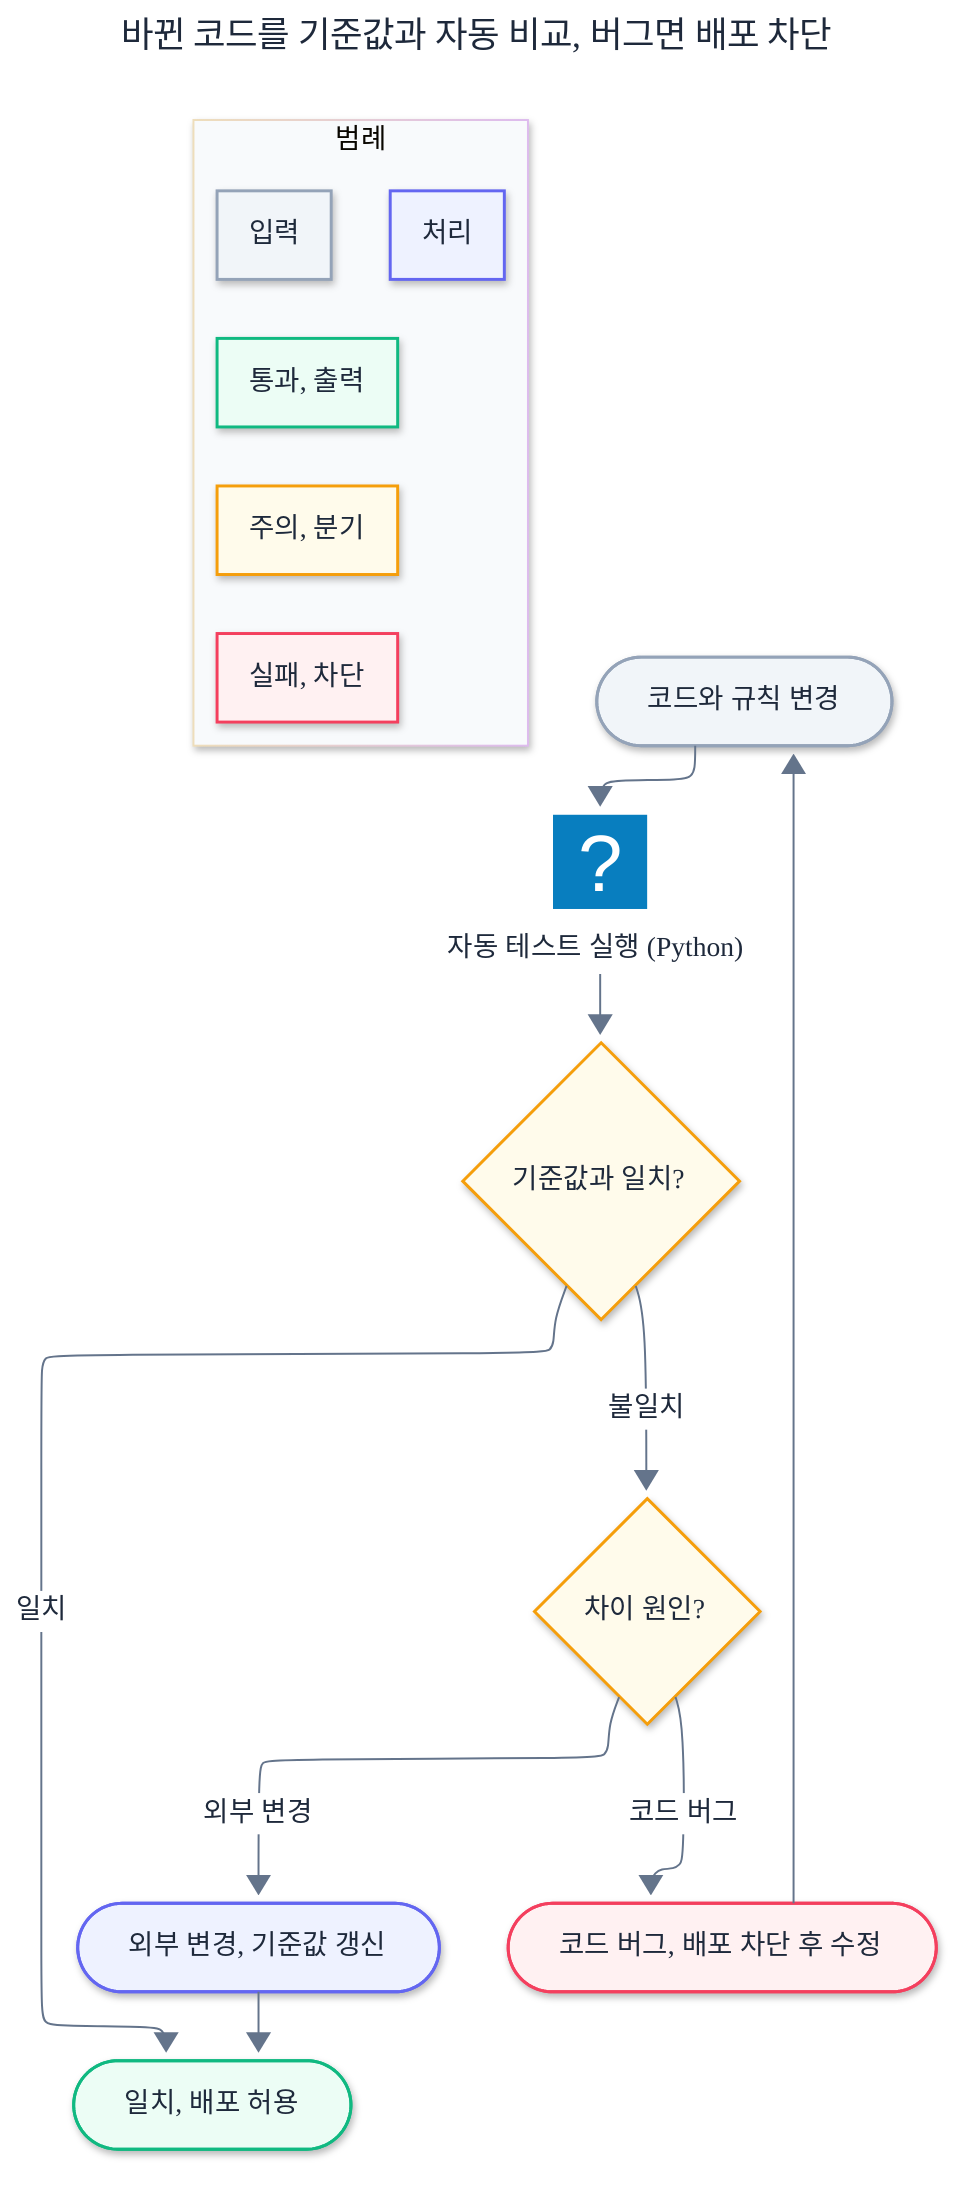
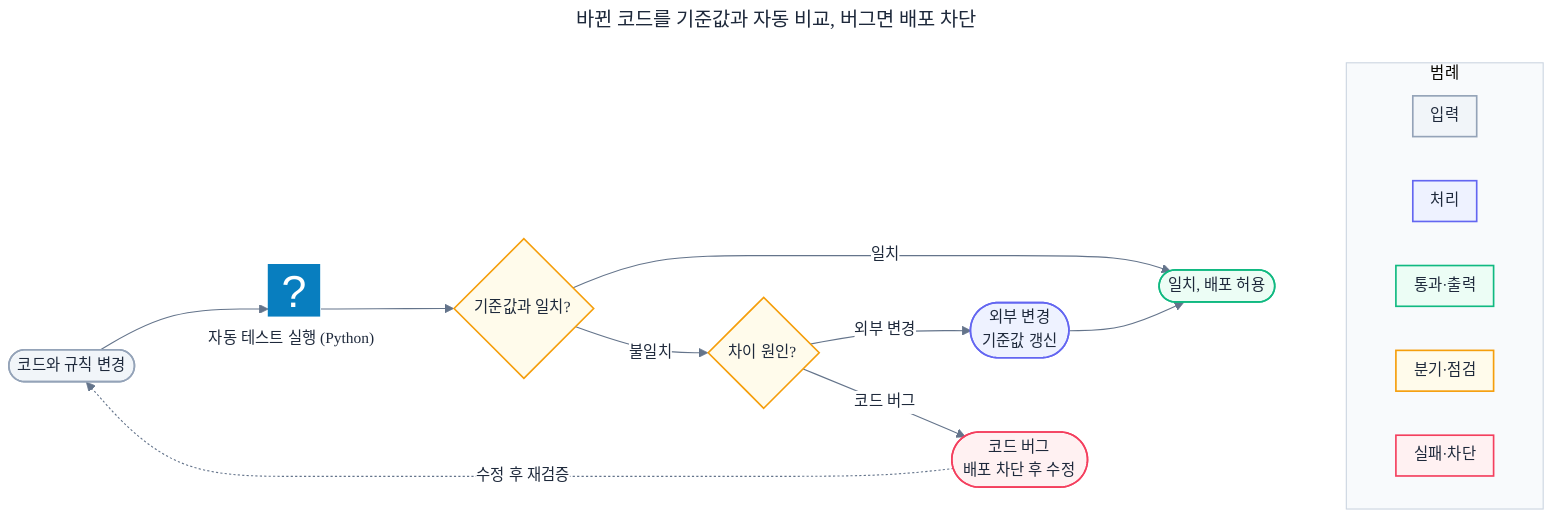
---
title: 바뀐 코드를 기준값과 자동 비교, 버그면 배포 차단
config:
-   layout: elk
-   look: neo
  theme: base
  themeVariables:
    fontFamily: 'Pretendard, Malgun Gothic, Noto Sans KR, sans-serif'
    fontSize: '14px'
    primaryTextColor: '#1E293B'
    lineColor: '#64748B'
    edgeLabelBackground: '#FFFFFF'
    clusterBkg: '#F8FAFC'
    clusterBorder: '#CBD5E1'
+   flowchart:
+     nodeSpacing: 40
+     rankSpacing: 65
+     padding: 8
---
- flowchart TD
+ flowchart LR
    CHANGE(["코드와 규칙 변경"]):::input
    TEST@{ icon: "logos:python", label: "자동 테스트 실행 (Python)" }
    CMP{"기준값과 일치?"}:::warn
    PASS(["일치, 배포 허용"]):::ok
    DIFF{"차이 원인?"}:::warn
-     EXT(["외부 변경, 기준값 갱신"]):::proc
-     BUG(["코드 버그, 배포 차단 후 수정"]):::fail
+     EXT(["외부 변경<br/>기준값 갱신"]):::proc
+     BUG(["코드 버그<br/>배포 차단 후 수정"]):::fail

    CHANGE --> TEST --> CMP
    CMP -- "일치" --> PASS
    CMP -- "불일치" --> DIFF
    DIFF -- "외부 변경" --> EXT --> PASS
-     DIFF -- "코드 버그" --> BUG --> CHANGE
+     DIFF -- "코드 버그" --> BUG
+     BUG -.->|"수정 후 재검증"| CHANGE

    TEST:::proc

    subgraph LEGEND["범례"]
      direction LR
      LG_A["입력"]:::input
      LG_B["처리"]:::proc
-       LG_C["통과, 출력"]:::ok
-       LG_D["주의, 분기"]:::warn
-       LG_E["실패, 차단"]:::fail
+       LG_C["통과·출력"]:::ok
+       LG_D["분기·점검"]:::warn
+       LG_E["실패·차단"]:::fail
    end
+     PASS ~~~ LEGEND

    classDef input fill:#F1F5F9,stroke:#94A3B8,color:#1E293B,stroke-width:1.5px
    classDef proc  fill:#EEF2FF,stroke:#6366F1,color:#1E293B,stroke-width:1.5px
    classDef ok    fill:#ECFDF5,stroke:#10B981,color:#1E293B,stroke-width:1.5px
    classDef warn  fill:#FFFBEB,stroke:#F59E0B,color:#1E293B,stroke-width:1.5px
    classDef fail  fill:#FFF1F2,stroke:#F43F5E,color:#1E293B,stroke-width:1.5px
